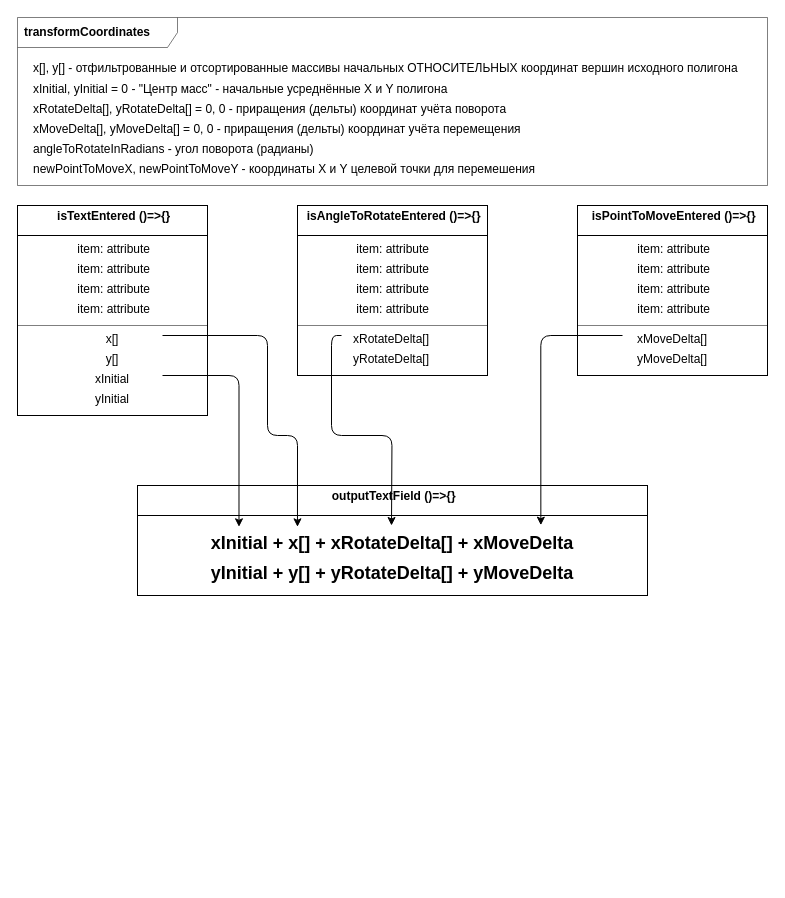
This is .drawio from Dzhah/xyReformer, a draw.io file, before an edit. Source tidied: cells renumbered, new cells numbered last; positions are measured from the earlier drawing's top-left corner, leaving out a move shared by most shapes. Both pictures are drawn from the tidied source at 100%, with x=0, y=0 at pixel (17, 17).
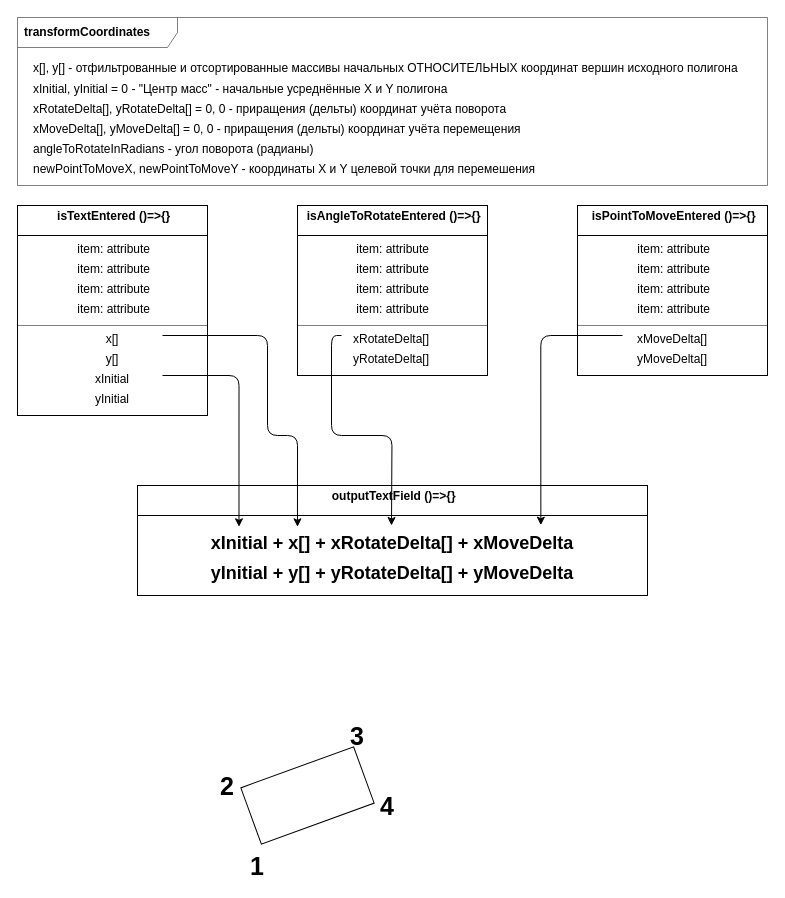
The same page after the edit.

Diff of the diagram source:
```diff
@@
+    <mxCell id="49" style="rounded=0;whiteSpace=wrap;html=1;rotation=-20;" parent="1" vertex="1">
+      <mxGeometry x="230" y="748" width="120" height="60" as="geometry" />
+    </mxCell>
+    <mxCell id="50" value="1" style="text;html=1;strokeColor=none;fillColor=none;align=center;verticalAlign=middle;whiteSpace=wrap;rounded=0;fontSize=25;fontStyle=1;" parent="1" vertex="1">
+      <mxGeometry x="230" y="838" width="20" height="20" as="geometry" />
+    </mxCell>
+    <mxCell id="51" value="2" style="text;html=1;strokeColor=none;fillColor=none;align=center;verticalAlign=middle;whiteSpace=wrap;rounded=0;fontSize=25;fontStyle=1;" parent="1" vertex="1">
+      <mxGeometry x="200" y="758" width="20" height="20" as="geometry" />
+    </mxCell>
+    <mxCell id="52" value="3" style="text;html=1;strokeColor=none;fillColor=none;align=center;verticalAlign=middle;whiteSpace=wrap;rounded=0;fontSize=25;fontStyle=1;" parent="1" vertex="1">
+      <mxGeometry x="330" y="708" width="20" height="20" as="geometry" />
+    </mxCell>
+    <mxCell id="53" value="4" style="text;html=1;strokeColor=none;fillColor=none;align=center;verticalAlign=middle;whiteSpace=wrap;rounded=0;fontSize=25;fontStyle=1;" parent="1" vertex="1">
+      <mxGeometry x="360" y="778" width="20" height="20" as="geometry" />
+    </mxCell>
```
